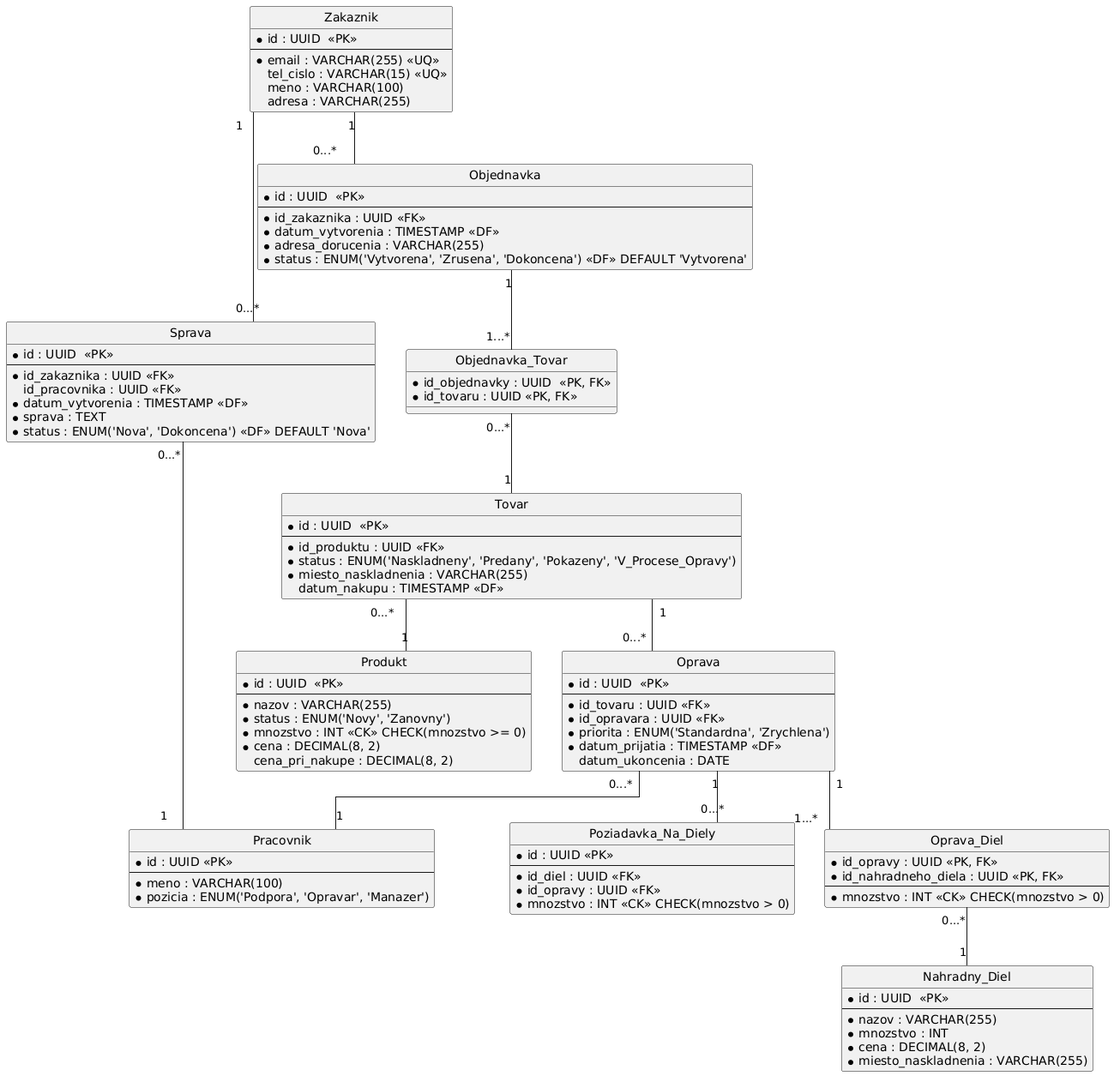
This is assets/fyzicky_datovy_model.png from MilanBukoci/DBS-assignment-template, a PlantUML export, as it was before one commit.
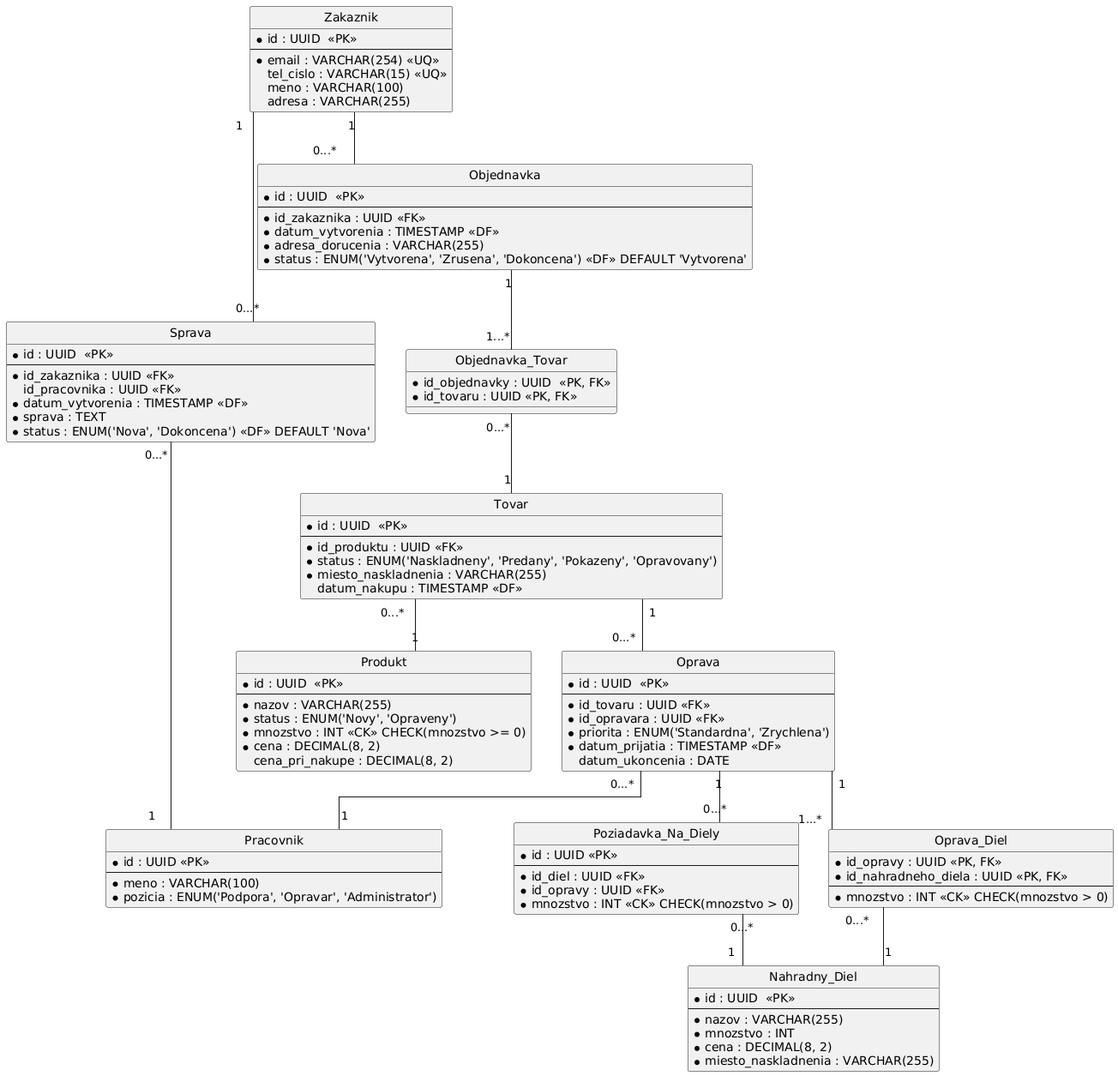
Above is the later version.

Commit message:
Diagrams modificated, naming fix

Change to the diagram source:
```diff
@@ -5,7 +5,7 @@
 entity "Zakaznik" {
   * id : UUID  <<PK>>
   --
-  * email : VARCHAR(255) <<UQ>>
+  * email : VARCHAR(254) <<UQ>>
   tel_cislo : VARCHAR(15) <<UQ>>
   meno : VARCHAR(100)
   adresa : VARCHAR(255)
@@ -15,7 +15,7 @@
   * id : UUID <<PK>>
   --
   * meno : VARCHAR(100)
-  * pozicia : ENUM('Podpora', 'Opravar', 'Manazer')
+  * pozicia : ENUM('Podpora', 'Opravar', 'Administrator')
 }
 
 entity "Sprava" {
@@ -44,7 +44,7 @@
   * id : UUID  <<PK>>
   --
   * nazov : VARCHAR(255)
-  * status : ENUM('Novy', 'Zanovny')
+  * status : ENUM('Novy', 'Opraveny')
   * mnozstvo : INT <<CK>> CHECK(mnozstvo >= 0)
   * cena : DECIMAL(8, 2)
   cena_pri_nakupe : DECIMAL(8, 2)
@@ -54,7 +54,7 @@
   * id : UUID  <<PK>>
   --
   * id_produktu : UUID <<FK>>
-  * status : ENUM('Naskladneny', 'Predany', 'Pokazeny', 'V_Procese_Opravy')
+  * status : ENUM('Naskladneny', 'Predany', 'Pokazeny', 'Opravovany')
   * miesto_naskladnenia : VARCHAR(255)
   datum_nakupu : TIMESTAMP <<DF>>
 }
@@ -107,8 +107,6 @@
 
 
 
-
-
 "Zakaznik" "1" -- "0...*" "Objednavka"
 "Zakaznik" "1" -- "0...*" "Sprava"
 "Sprava" "0...*" -- "1" "Pracovnik"
@@ -123,4 +121,5 @@
 "Oprava" "1" -- "1...*" "Oprava_Diel"
 "Oprava" "1" -- "0...*" "Poziadavka_Na_Diely"
 "Oprava_Diel" "0...*" -- "1" "Nahradny_Diel"
+"Poziadavka_Na_Diely" "0...*" -- "1" "Nahradny_Diel"
 @enduml
```
